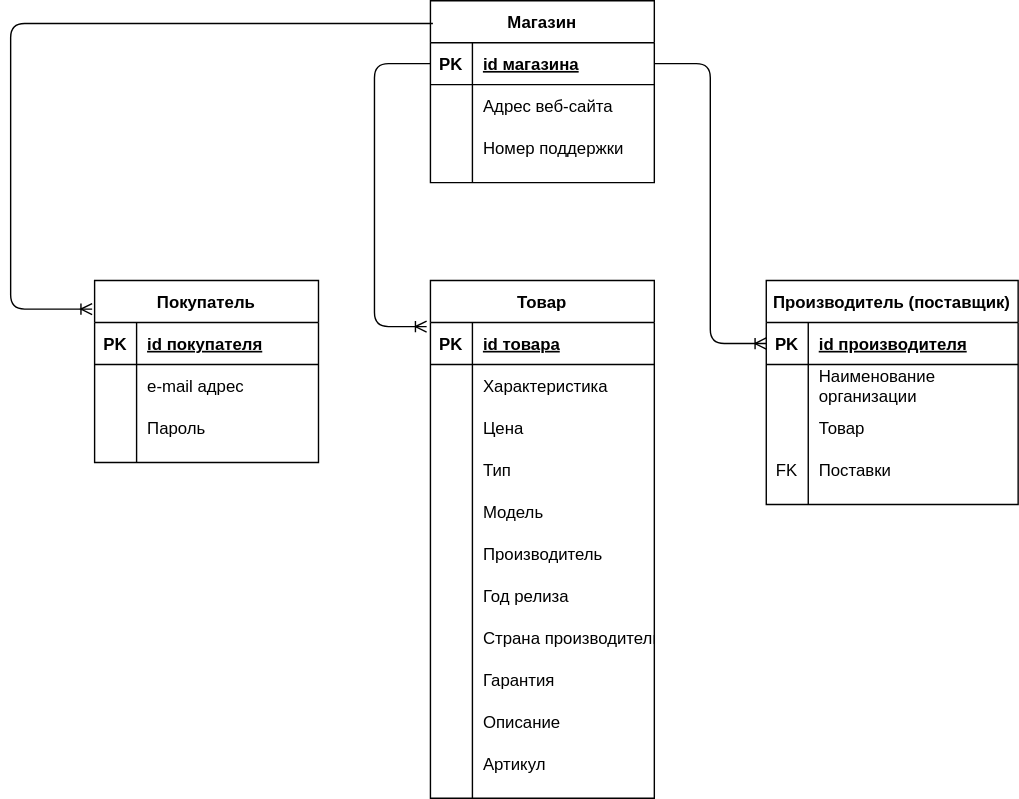
This is LogicDiag.svg from paw-wow/DataBase, a draw.io export, as it was before one commit. Source tidied: cells renumbered, new cells last; positions are measured from the earlier drawing's top-left corner, leaving out a move shared by most shapes.
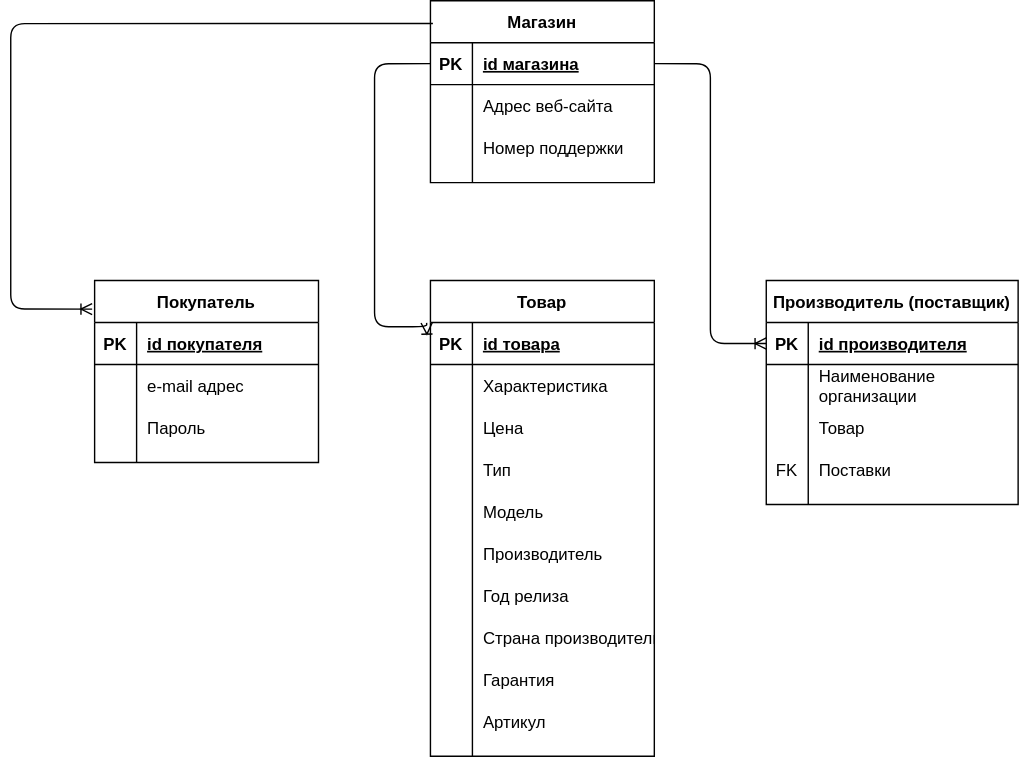
The same diagram one commit later.

Diff of the diagram source:
```diff
@@ -102,7 +102,7 @@
       <mxGeometry x="30" width="150" height="30" as="geometry" />
     </mxCell>
     <mxCell id="35" value="Товар" style="shape=table;startSize=30;rowLines=0;fontStyle=1;align=center;" parent="1" vertex="1">
-      <mxGeometry x="300" y="200" width="160" height="370" as="geometry" />
+      <mxGeometry x="300" y="200" width="160" height="340" as="geometry" />
     </mxCell>
     <mxCell id="36" style="shape=partialRectangle;fillColor=none;top=0;left=0;bottom=1;right=0;" parent="35" vertex="1">
       <mxGeometry y="30" width="160" height="30" as="geometry" />
@@ -185,17 +185,8 @@
     <mxCell id="62" value="Гарантия" style="shape=partialRectangle;fillColor=none;top=0;left=0;bottom=0;right=0;align=left;spacingLeft=6;overflow=hidden;" parent="60" vertex="1">
       <mxGeometry x="30" width="130" height="30" as="geometry" />
     </mxCell>
-    <mxCell id="63" style="shape=partialRectangle;fillColor=none;top=0;left=0;bottom=0;right=0;" parent="35" vertex="1">
-      <mxGeometry y="300" width="160" height="30" as="geometry" />
-    </mxCell>
-    <mxCell id="64" style="shape=partialRectangle;fillColor=none;top=0;left=0;bottom=0;right=0;overflow=hidden;" parent="63" vertex="1">
-      <mxGeometry width="30" height="30" as="geometry" />
-    </mxCell>
-    <mxCell id="65" value="Описание" style="shape=partialRectangle;fillColor=none;top=0;left=0;bottom=0;right=0;align=left;spacingLeft=6;overflow=hidden;" parent="63" vertex="1">
-      <mxGeometry x="30" width="130" height="30" as="geometry" />
-    </mxCell>
     <mxCell id="66" style="shape=partialRectangle;fillColor=none;top=0;left=0;bottom=0;right=0;" parent="35" vertex="1">
-      <mxGeometry y="330" width="160" height="30" as="geometry" />
+      <mxGeometry y="300" width="160" height="30" as="geometry" />
     </mxCell>
     <mxCell id="67" style="shape=partialRectangle;fillColor=none;top=0;left=0;bottom=0;right=0;overflow=hidden;" parent="66" vertex="1">
       <mxGeometry width="30" height="30" as="geometry" />
```
